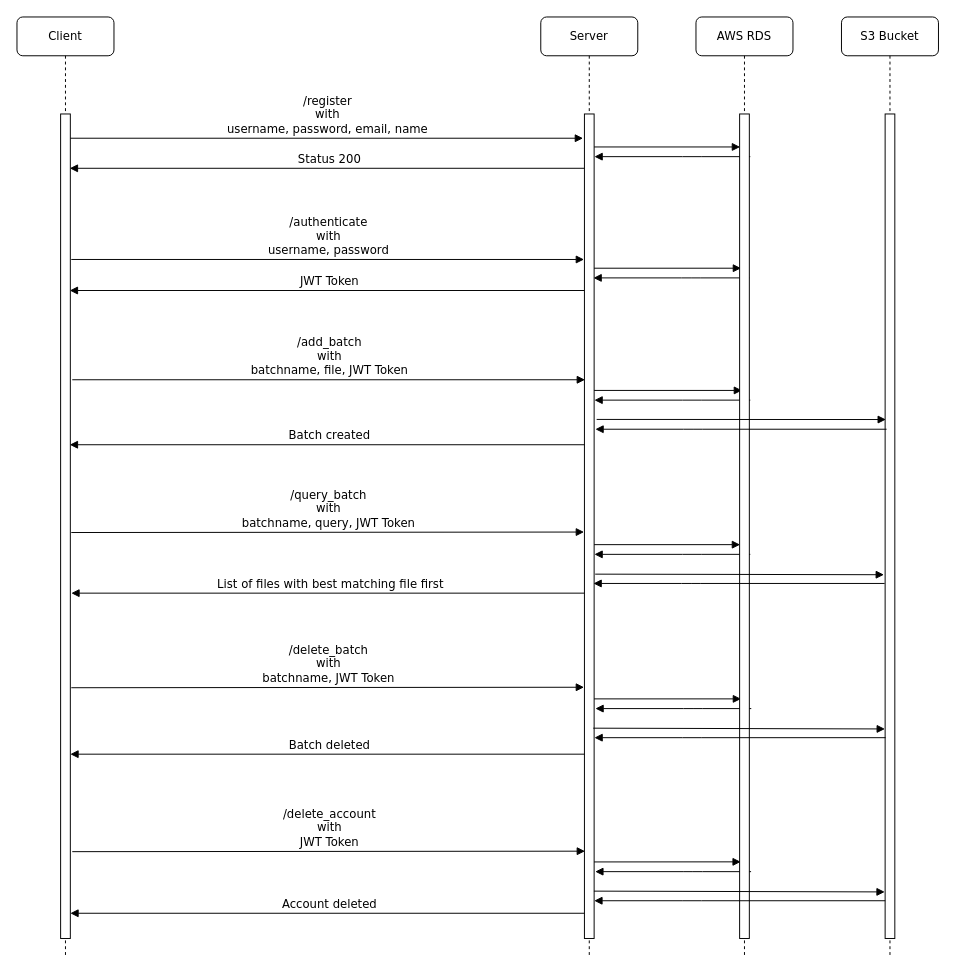
The draw.io diagram Media/sequence_diagram.drawio in jkbaldania/infromation_retrieval_system, before the edit. Source tidied: cells renumbered, new cells numbered last; positions are measured from the earlier drawing's top-left corner, leaving out a move shared by most shapes. Both pictures are drawn from the tidied source at 97%, with x=0, y=0 at pixel (16, 16).
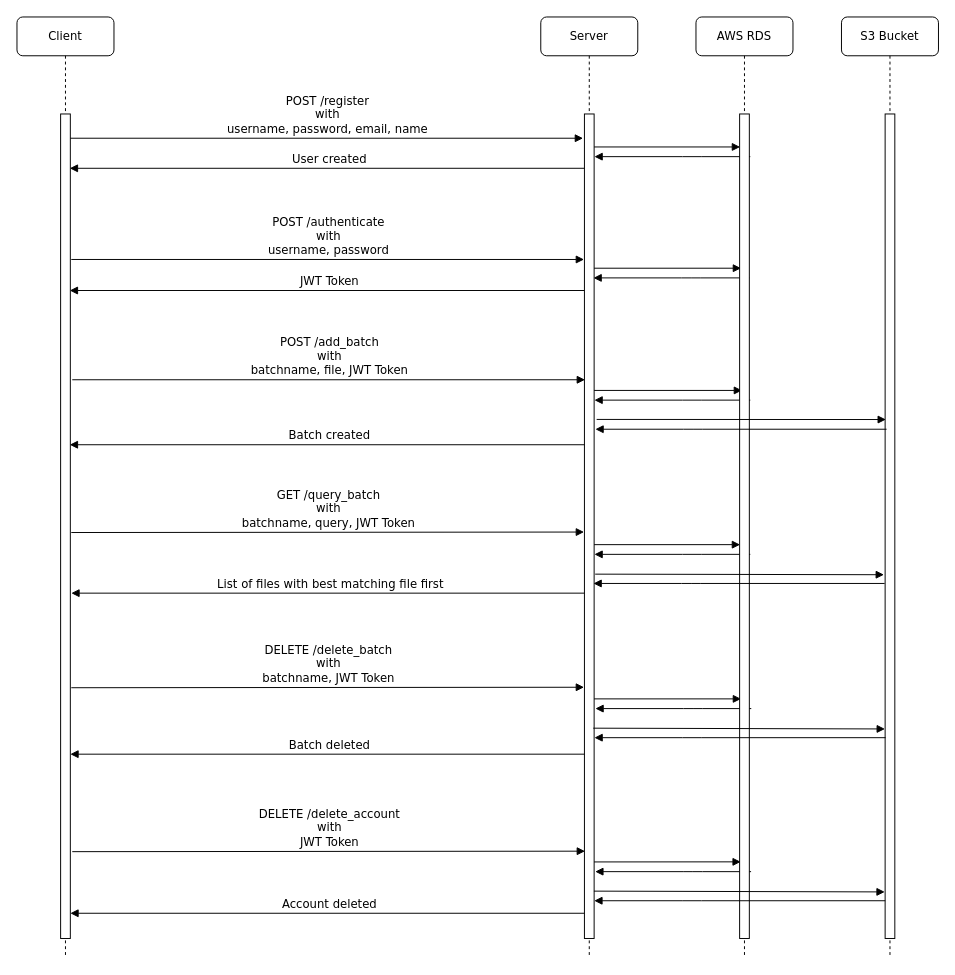
After the change.

Commit message (it also covers changes not shown here):
Update sequence diagram

What changed in the source:
```diff
@@
-    <mxCell id="19" value="Status 200" style="html=1;verticalAlign=bottom;endArrow=block;labelBackgroundColor=none;fontFamily=Verdana;fontSize=12;edgeStyle=elbowEdgeStyle;elbow=vertical;entryX=0.936;entryY=0.436;entryDx=0;entryDy=0;entryPerimeter=0;" parent="1" edge="1">
+    <mxCell id="19" value="User created" style="html=1;verticalAlign=bottom;endArrow=block;labelBackgroundColor=none;fontFamily=Verdana;fontSize=12;edgeStyle=elbowEdgeStyle;elbow=vertical;entryX=0.936;entryY=0.436;entryDx=0;entryDy=0;entryPerimeter=0;" parent="1" edge="1">
       <mxGeometry relative="1" as="geometry">
         <mxPoint x="589.5" y="156" as="sourcePoint" />
         <mxPoint x="54.4" y="156.3" as="targetPoint" />
         <Array as="points">
           <mxPoint x="540" y="156" />
         </Array>
       </mxGeometry>
     </mxCell>
@@
-    <mxCell id="24" value="/register&lt;br&gt;with&lt;br&gt;username, password, email, name" style="html=1;verticalAlign=bottom;endArrow=block;entryX=-0.136;entryY=0.085;labelBackgroundColor=none;fontFamily=Verdana;fontSize=12;edgeStyle=elbowEdgeStyle;elbow=vertical;entryDx=0;entryDy=0;entryPerimeter=0;" parent="1" edge="1">
+    <mxCell id="24" value="POST /register&lt;br&gt;with&lt;br&gt;username, password, email, name" style="html=1;verticalAlign=bottom;endArrow=block;entryX=-0.136;entryY=0.085;labelBackgroundColor=none;fontFamily=Verdana;fontSize=12;edgeStyle=elbowEdgeStyle;elbow=vertical;entryDx=0;entryDy=0;entryPerimeter=0;" parent="1" edge="1">
       <mxGeometry relative="1" as="geometry">
         <mxPoint x="55" y="125" as="sourcePoint" />
         <mxPoint x="583.6" y="125.5" as="targetPoint" />
       </mxGeometry>
     </mxCell>
-    <mxCell id="25" value="/authenticate&lt;br&gt;with&lt;br&gt;username, password" style="html=1;verticalAlign=bottom;endArrow=block;entryX=-0.136;entryY=0.085;labelBackgroundColor=none;fontFamily=Verdana;fontSize=12;edgeStyle=elbowEdgeStyle;elbow=vertical;entryDx=0;entryDy=0;entryPerimeter=0;" parent="1" edge="1">
+    <mxCell id="25" value="POST /authenticate&lt;br&gt;with&lt;br&gt;username, password" style="html=1;verticalAlign=bottom;endArrow=block;entryX=-0.136;entryY=0.085;labelBackgroundColor=none;fontFamily=Verdana;fontSize=12;edgeStyle=elbowEdgeStyle;elbow=vertical;entryDx=0;entryDy=0;entryPerimeter=0;" parent="1" edge="1">
       <mxGeometry relative="1" as="geometry">
         <mxPoint x="56" y="250" as="sourcePoint" />
         <mxPoint x="584.6" y="249.5" as="targetPoint" />
       </mxGeometry>
     </mxCell>
-    <mxCell id="26" value="/add_batch&lt;br&gt;with&lt;br&gt;batchname, file, JWT Token" style="html=1;verticalAlign=bottom;endArrow=block;entryX=-0.136;entryY=0.085;labelBackgroundColor=none;fontFamily=Verdana;fontSize=12;edgeStyle=elbowEdgeStyle;elbow=vertical;entryDx=0;entryDy=0;entryPerimeter=0;" parent="1" edge="1">
+    <mxCell id="26" value="POST /add_batch&lt;br&gt;with&lt;br&gt;batchname, file, JWT Token" style="html=1;verticalAlign=bottom;endArrow=block;entryX=-0.136;entryY=0.085;labelBackgroundColor=none;fontFamily=Verdana;fontSize=12;edgeStyle=elbowEdgeStyle;elbow=vertical;entryDx=0;entryDy=0;entryPerimeter=0;" parent="1" edge="1">
       <mxGeometry relative="1" as="geometry">
         <mxPoint x="57" y="374" as="sourcePoint" />
         <mxPoint x="585.6" y="373.5" as="targetPoint" />
       </mxGeometry>
     </mxCell>
-    <mxCell id="27" value="/query_batch&lt;br&gt;with&lt;br&gt;batchname, query, JWT Token" style="html=1;verticalAlign=bottom;endArrow=block;entryX=-0.136;entryY=0.085;labelBackgroundColor=none;fontFamily=Verdana;fontSize=12;edgeStyle=elbowEdgeStyle;elbow=vertical;entryDx=0;entryDy=0;entryPerimeter=0;" parent="1" edge="1">
+    <mxCell id="27" value="GET /query_batch&lt;br&gt;with&lt;br&gt;batchname, query, JWT Token" style="html=1;verticalAlign=bottom;endArrow=block;entryX=-0.136;entryY=0.085;labelBackgroundColor=none;fontFamily=Verdana;fontSize=12;edgeStyle=elbowEdgeStyle;elbow=vertical;entryDx=0;entryDy=0;entryPerimeter=0;" parent="1" edge="1">
       <mxGeometry relative="1" as="geometry">
         <mxPoint x="56" y="531.5" as="sourcePoint" />
         <mxPoint x="584.6" y="531" as="targetPoint" />
       </mxGeometry>
     </mxCell>
-    <mxCell id="28" value="/delete_batch&lt;br&gt;with&lt;br&gt;batchname, JWT Token" style="html=1;verticalAlign=bottom;endArrow=block;entryX=-0.136;entryY=0.085;labelBackgroundColor=none;fontFamily=Verdana;fontSize=12;edgeStyle=elbowEdgeStyle;elbow=vertical;entryDx=0;entryDy=0;entryPerimeter=0;" parent="1" edge="1">
+    <mxCell id="28" value="DELETE /delete_batch&lt;br&gt;with&lt;br&gt;batchname, JWT Token" style="html=1;verticalAlign=bottom;endArrow=block;entryX=-0.136;entryY=0.085;labelBackgroundColor=none;fontFamily=Verdana;fontSize=12;edgeStyle=elbowEdgeStyle;elbow=vertical;entryDx=0;entryDy=0;entryPerimeter=0;" parent="1" edge="1">
       <mxGeometry relative="1" as="geometry">
         <mxPoint x="56" y="691.5" as="sourcePoint" />
         <mxPoint x="584.6" y="691" as="targetPoint" />
       </mxGeometry>
     </mxCell>
-    <mxCell id="29" value="/delete_account&lt;br&gt;with&lt;br&gt;JWT Token" style="html=1;verticalAlign=bottom;endArrow=block;entryX=-0.136;entryY=0.085;labelBackgroundColor=none;fontFamily=Verdana;fontSize=12;edgeStyle=elbowEdgeStyle;elbow=vertical;entryDx=0;entryDy=0;entryPerimeter=0;" parent="1" edge="1">
+    <mxCell id="29" value="DELETE /delete_account&lt;br&gt;with&lt;br&gt;JWT Token" style="html=1;verticalAlign=bottom;endArrow=block;entryX=-0.136;entryY=0.085;labelBackgroundColor=none;fontFamily=Verdana;fontSize=12;edgeStyle=elbowEdgeStyle;elbow=vertical;entryDx=0;entryDy=0;entryPerimeter=0;" parent="1" edge="1">
       <mxGeometry relative="1" as="geometry">
         <mxPoint x="57" y="860.5" as="sourcePoint" />
         <mxPoint x="585.6" y="860" as="targetPoint" />
       </mxGeometry>
     </mxCell>
```
